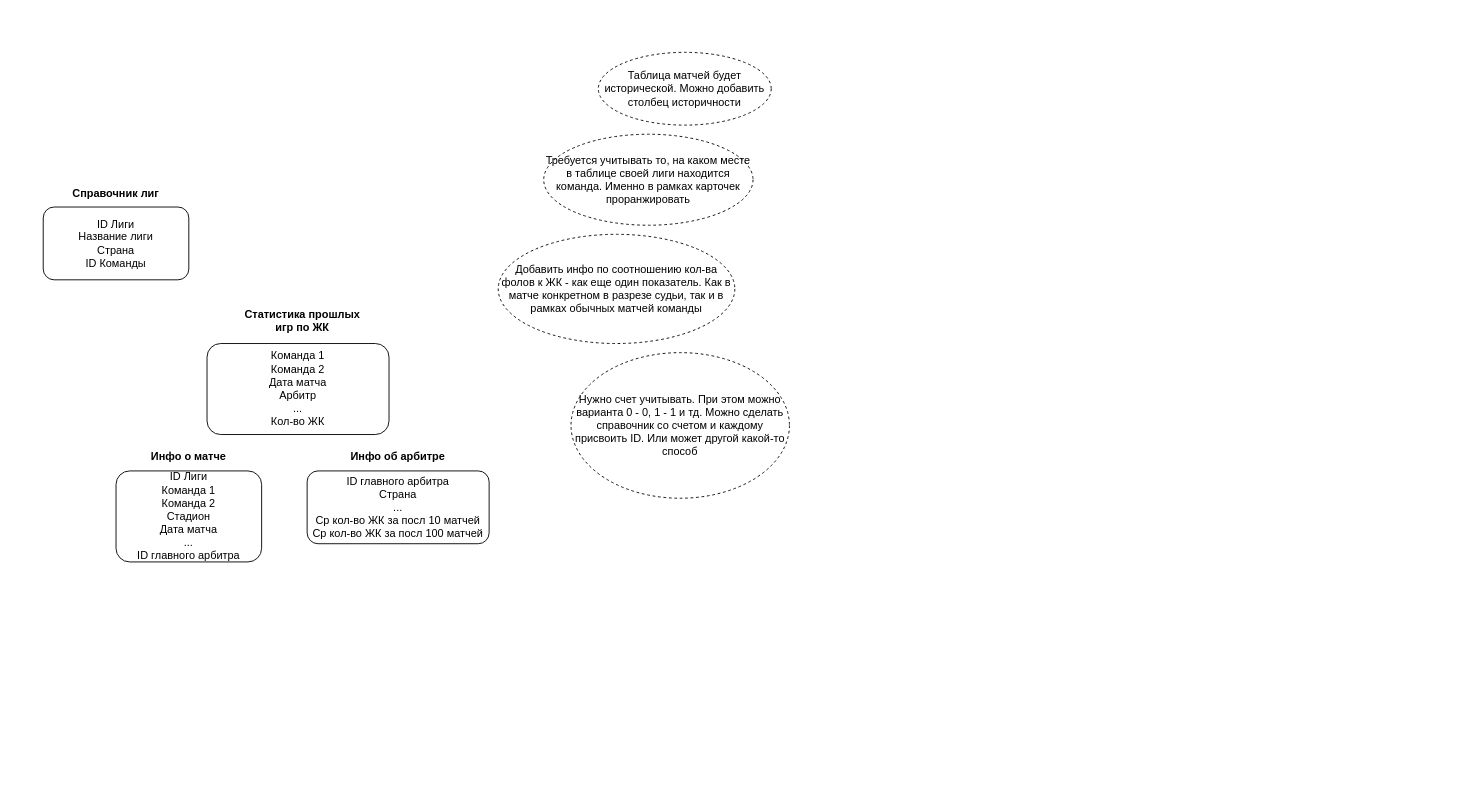
The draw.io diagram Schema101.drawio in Wi11iamWood/Project, before the edit. Source tidied: cells renumbered, new cells numbered last; positions are measured from the earlier drawing's top-left corner, leaving out a move shared by most shapes. Both pictures are drawn from the tidied source at 91%, with x=0, y=0 at pixel (43, 52).
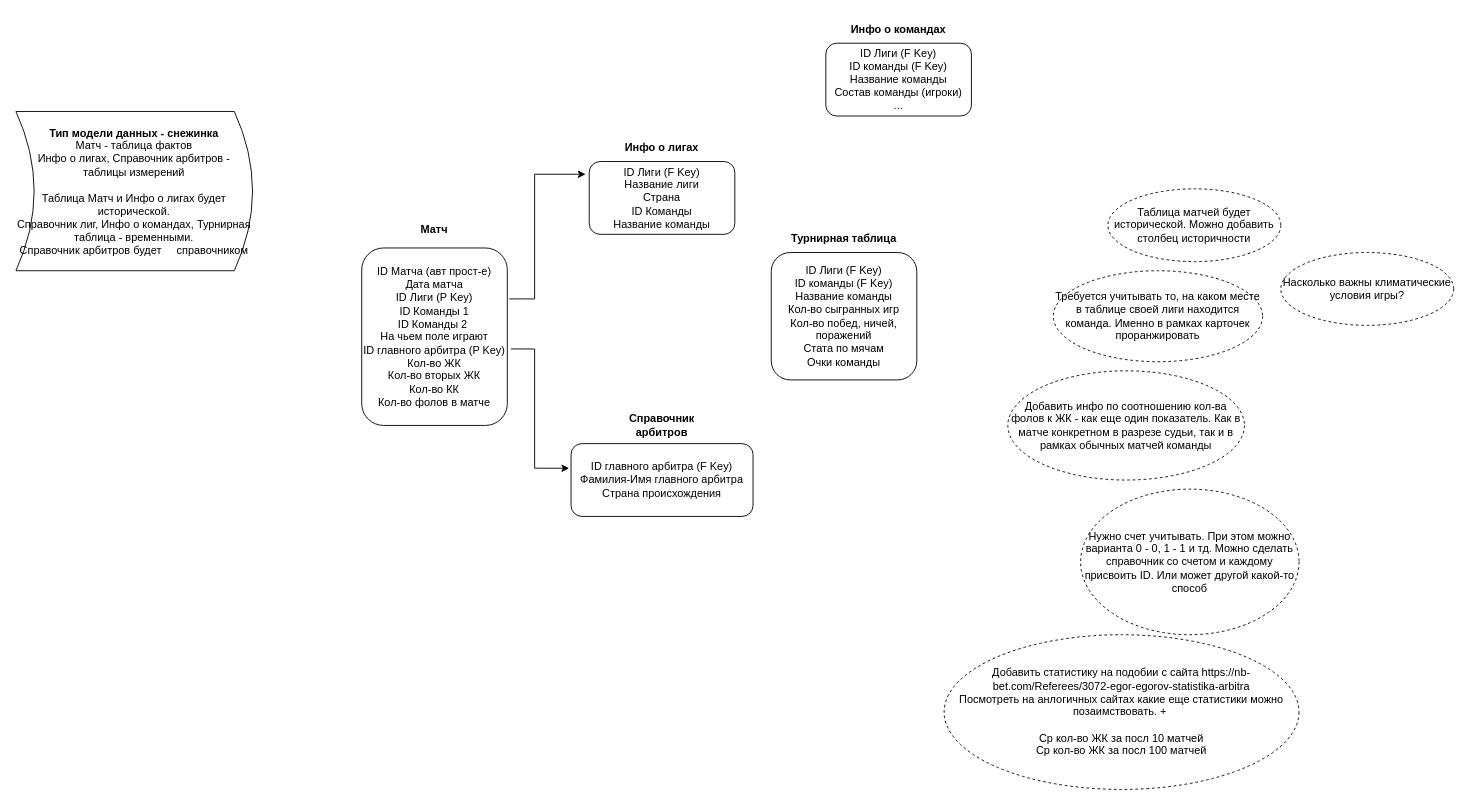
The same diagram, later.

Commit message:
structured schema

What changed in the source:
```diff
@@
-    <mxCell id="2" value="&lt;div&gt;ID Лиги&lt;/div&gt;Команда 1&lt;div&gt;&lt;div&gt;Команда 2&lt;/div&gt;&lt;div&gt;Стадион&lt;/div&gt;&lt;div&gt;Дата матча&lt;/div&gt;&lt;div&gt;...&lt;/div&gt;&lt;div&gt;ID главного арбитра&lt;/div&gt;&lt;/div&gt;" style="rounded=1;whiteSpace=wrap;html=1;" parent="1" vertex="1">
-      <mxGeometry x="80" y="460" width="160" height="100" as="geometry" />
+    <mxCell id="2" value="&lt;div&gt;ID Матча (авт прост-е)&lt;/div&gt;&lt;div&gt;&lt;span style=&quot;background-color: transparent; color: light-dark(rgb(0, 0, 0), rgb(255, 255, 255));&quot;&gt;Дата матча&lt;/span&gt;&lt;/div&gt;&lt;div&gt;ID Лиги&lt;span style=&quot;background-color: transparent; color: light-dark(rgb(0, 0, 0), rgb(255, 255, 255));&quot;&gt;&amp;nbsp;&lt;/span&gt;&lt;span style=&quot;background-color: transparent; color: light-dark(rgb(0, 0, 0), rgb(255, 255, 255));&quot;&gt;(P Key)&lt;/span&gt;&lt;/div&gt;ID Команды 1&lt;div&gt;&lt;div&gt;ID Команды 2&lt;span style=&quot;background-color: transparent; color: light-dark(rgb(0, 0, 0), rgb(255, 255, 255));&quot;&gt;&amp;nbsp;&lt;/span&gt;&lt;/div&gt;&lt;div&gt;&lt;span style=&quot;background-color: transparent; color: light-dark(rgb(0, 0, 0), rgb(255, 255, 255));&quot;&gt;На чьем поле играют&lt;/span&gt;&lt;/div&gt;&lt;div&gt;ID главного арбитра&lt;span style=&quot;background-color: transparent; color: light-dark(rgb(0, 0, 0), rgb(255, 255, 255));&quot;&gt;&amp;nbsp;&lt;/span&gt;&lt;span style=&quot;background-color: transparent; color: light-dark(rgb(0, 0, 0), rgb(255, 255, 255));&quot;&gt;(P Key)&lt;/span&gt;&lt;/div&gt;&lt;/div&gt;&lt;div&gt;&lt;div&gt;Кол-во ЖК&lt;/div&gt;&lt;div&gt;Кол-во вторых ЖК&lt;/div&gt;&lt;div&gt;Кол-во КК&lt;/div&gt;&lt;div&gt;Кол-во фолов в матче&lt;/div&gt;&lt;/div&gt;" style="rounded=1;whiteSpace=wrap;html=1;" parent="1" vertex="1">
+      <mxGeometry x="350" y="215" width="160" height="195" as="geometry" />
     </mxCell>
-    <mxCell id="3" value="Инфо о матче" style="text;html=1;align=center;verticalAlign=middle;whiteSpace=wrap;rounded=0;fontStyle=1;" parent="1" vertex="1">
-      <mxGeometry x="100" y="430" width="120" height="30" as="geometry" />
+    <mxCell id="3" value="Матч" style="text;html=1;align=center;verticalAlign=middle;whiteSpace=wrap;rounded=0;fontStyle=1;" parent="1" vertex="1">
+      <mxGeometry x="370" y="180" width="120" height="30" as="geometry" />
     </mxCell>
-    <mxCell id="4" value="&lt;div&gt;ID главного арбитра&lt;/div&gt;&lt;div&gt;Страна&lt;/div&gt;&lt;div&gt;...&lt;/div&gt;&lt;div&gt;Ср кол-во ЖК за посл 10 матчей&lt;/div&gt;&lt;div&gt;&lt;div&gt;Ср кол-во ЖК за посл 100 матчей&lt;/div&gt;&lt;/div&gt;" style="rounded=1;whiteSpace=wrap;html=1;" parent="1" vertex="1">
-      <mxGeometry x="290" y="460" width="200" height="80" as="geometry" />
+    <mxCell id="4" value="&lt;div&gt;ID главного арбитра&lt;span style=&quot;background-color: transparent; color: light-dark(rgb(0, 0, 0), rgb(255, 255, 255));&quot;&gt;&amp;nbsp;&lt;/span&gt;&lt;span style=&quot;background-color: transparent; color: light-dark(rgb(0, 0, 0), rgb(255, 255, 255));&quot;&gt;(F Key)&lt;/span&gt;&lt;/div&gt;&lt;div&gt;Фамилия-Имя главного арбитра&lt;/div&gt;&lt;div&gt;Страна происхождения&lt;/div&gt;" style="rounded=1;whiteSpace=wrap;html=1;" parent="1" vertex="1">
+      <mxGeometry x="580" y="430" width="200" height="80" as="geometry" />
     </mxCell>
-    <mxCell id="5" value="Инфо об арбитре" style="text;html=1;align=center;verticalAlign=middle;whiteSpace=wrap;rounded=0;fontStyle=1;" parent="1" vertex="1">
-      <mxGeometry x="330" y="430" width="120" height="30" as="geometry" />
+    <mxCell id="5" value="Справочник арбитров" style="text;html=1;align=center;verticalAlign=middle;whiteSpace=wrap;rounded=0;fontStyle=1;" parent="1" vertex="1">
+      <mxGeometry x="620" y="395" width="120" height="30" as="geometry" />
     </mxCell>
     <mxCell id="6" value="Добавить инфо по соотношению кол-ва фолов к ЖК - как еще один показатель. Как в матче конкретном в разрезе судьи, так и в рамках обычных матчей команды" style="ellipse;whiteSpace=wrap;html=1;align=center;dashed=1;" parent="1" vertex="1">
-      <mxGeometry x="500" y="200" width="260" height="120" as="geometry" />
+      <mxGeometry x="1060" y="350" width="260" height="120" as="geometry" />
     </mxCell>
-    <mxCell id="7" value="&lt;div&gt;Команда 1&lt;/div&gt;&lt;div&gt;Команда 2&lt;/div&gt;&lt;div&gt;Дата матча&lt;/div&gt;&lt;div&gt;Арбитр&lt;/div&gt;&lt;div&gt;...&lt;/div&gt;&lt;div&gt;Кол-во ЖК&lt;/div&gt;" style="rounded=1;whiteSpace=wrap;html=1;" parent="1" vertex="1">
-      <mxGeometry x="180" y="320" width="200" height="100" as="geometry" />
-    </mxCell>
-    <mxCell id="8" value="Статистика прошлых игр по ЖК" style="text;html=1;align=center;verticalAlign=middle;whiteSpace=wrap;rounded=0;fontStyle=1;" parent="1" vertex="1">
-      <mxGeometry x="220" y="280" width="130" height="30" as="geometry" />
-    </mxCell>
-    <mxCell id="9" value="ID Лиги&lt;div&gt;Название лиги&lt;/div&gt;&lt;div&gt;Страна&lt;/div&gt;&lt;div&gt;ID Команды&lt;/div&gt;" style="rounded=1;whiteSpace=wrap;html=1;" parent="1" vertex="1">
-      <mxGeometry y="170" width="160" height="80" as="geometry" />
+    <mxCell id="9" value="ID Лиги (F Key)&lt;div&gt;Название лиги&lt;/div&gt;&lt;div&gt;Страна&lt;/div&gt;&lt;div&gt;ID Команды&lt;/div&gt;&lt;div&gt;Название команды&lt;/div&gt;" style="rounded=1;whiteSpace=wrap;html=1;" parent="1" vertex="1">
+      <mxGeometry x="600" y="120" width="160" height="80" as="geometry" />
     </mxCell>
-    <mxCell id="10" value="Справочник лиг" style="text;html=1;align=center;verticalAlign=middle;whiteSpace=wrap;rounded=0;fontStyle=1;" parent="1" vertex="1">
-      <mxGeometry x="20" y="140" width="120" height="30" as="geometry" />
+    <mxCell id="10" value="Инфо о лигах" style="text;html=1;align=center;verticalAlign=middle;whiteSpace=wrap;rounded=0;fontStyle=1;" parent="1" vertex="1">
+      <mxGeometry x="620" y="90" width="120" height="30" as="geometry" />
     </mxCell>
     <mxCell id="11" value="Таблица матчей будет исторической. Можно добавить столбец историчности" style="ellipse;whiteSpace=wrap;html=1;align=center;dashed=1;" parent="1" vertex="1">
-      <mxGeometry x="610" width="190" height="80" as="geometry" />
+      <mxGeometry x="1170" y="150" width="190" height="80" as="geometry" />
     </mxCell>
     <mxCell id="12" value="Требуется учитывать то, на каком месте в таблице своей лиги находится команда. Именно в рамках карточек проранжировать" style="ellipse;whiteSpace=wrap;html=1;align=center;dashed=1;" parent="1" vertex="1">
-      <mxGeometry x="550" y="90" width="230" height="100" as="geometry" />
+      <mxGeometry x="1110" y="240" width="230" height="100" as="geometry" />
     </mxCell>
     <mxCell id="13" value="Нужно счет учитывать. При этом можно варианта 0 - 0, 1 - 1 и тд. Можно сделать справочник со счетом и каждому присвоить ID. Или может другой какой-то способ" style="ellipse;whiteSpace=wrap;html=1;align=center;dashed=1;" parent="1" vertex="1">
-      <mxGeometry x="580" y="330" width="240" height="160" as="geometry" />
+      <mxGeometry x="1140" y="480" width="240" height="160" as="geometry" />
     </mxCell>
+    <mxCell id="14" value="Добавить статистику на подобии с сайта&amp;nbsp;https://nb-bet.com/Referees/3072-egor-egorov-statistika-arbitra&lt;div&gt;Посмотреть на анлогичных сайтах какие еще статистики можно позаимствовать. +&amp;nbsp;&lt;/div&gt;&lt;div&gt;&lt;br class=&quot;Apple-interchange-newline&quot;&gt;Ср кол-во ЖК за посл 10 матчей&lt;/div&gt;&lt;div&gt;Ср кол-во ЖК за посл 100 матчей&lt;/div&gt;" style="ellipse;whiteSpace=wrap;html=1;align=center;dashed=1;" parent="1" vertex="1">
+      <mxGeometry x="990" y="640" width="390" height="170" as="geometry" />
+    </mxCell>
+    <mxCell id="15" value="Насколько важны климатические условия игры?" style="ellipse;whiteSpace=wrap;html=1;align=center;dashed=1;" parent="1" vertex="1">
+      <mxGeometry x="1360" y="220" width="190" height="80" as="geometry" />
+    </mxCell>
+    <mxCell id="16" value="ID Лиги (F Key)&lt;div&gt;ID команды&lt;span style=&quot;background-color: transparent; color: light-dark(rgb(0, 0, 0), rgb(255, 255, 255));&quot;&gt;&amp;nbsp;&lt;/span&gt;&lt;span style=&quot;background-color: transparent; color: light-dark(rgb(0, 0, 0), rgb(255, 255, 255));&quot;&gt;(F Key)&lt;/span&gt;&lt;/div&gt;&lt;div&gt;Название команды&lt;/div&gt;&lt;div&gt;Кол-во сыгранных&amp;nbsp;&lt;span style=&quot;background-color: transparent; color: light-dark(rgb(0, 0, 0), rgb(255, 255, 255));&quot;&gt;игр&lt;/span&gt;&lt;/div&gt;&lt;div&gt;Кол-во побед, ничей, поражений&lt;/div&gt;&lt;div&gt;Стата по мячам&lt;/div&gt;&lt;div&gt;Очки команды&lt;/div&gt;" style="rounded=1;whiteSpace=wrap;html=1;" parent="1" vertex="1">
+      <mxGeometry x="800" y="220" width="160" height="140" as="geometry" />
+    </mxCell>
+    <mxCell id="17" value="Турнирная таблица" style="text;html=1;align=center;verticalAlign=middle;whiteSpace=wrap;rounded=0;fontStyle=1;" parent="1" vertex="1">
+      <mxGeometry x="820" y="190" width="120" height="30" as="geometry" />
+    </mxCell>
+    <mxCell id="18" value="&lt;div&gt;&lt;b&gt;Тип модели данных - снежинка&lt;/b&gt;&lt;/div&gt;Матч - таблица фактов&lt;div&gt;Инфо о лигах, Справочник арбитров - таблицы измерений&lt;/div&gt;&lt;div&gt;&lt;br&gt;&lt;/div&gt;&lt;div&gt;Таблица Матч и Инфо о лигах будет исторической.&lt;br&gt;Справочник лиг, Инфо о командах, Турнирная таблица - временными.&lt;/div&gt;&lt;div&gt;Справочник арбитров будет&amp;nbsp; &amp;nbsp; &amp;nbsp;справочником&lt;/div&gt;" style="shape=dataStorage;whiteSpace=wrap;html=1;fixedSize=1;direction=west;" parent="1" vertex="1">
+      <mxGeometry x="-30" y="65" width="260" height="175" as="geometry" />
+    </mxCell>
+    <mxCell id="19" style="endArrow=classic;html=1;rounded=0;exitX=1.013;exitY=0.287;exitDx=0;exitDy=0;exitPerimeter=0;entryX=-0.025;entryY=0.175;entryDx=0;entryDy=0;entryPerimeter=0;" parent="1" edge="1" source="2" target="9">
+      <mxGeometry relative="1" as="geometry">
+        <Array as="points">
+          <mxPoint x="540" y="271" />
+          <mxPoint x="540" y="134" />
+        </Array>
+      </mxGeometry>
+    </mxCell>
+    <mxCell id="20" style="endArrow=classic;html=1;rounded=0;exitX=1.025;exitY=0.569;exitDx=0;exitDy=0;exitPerimeter=0;entryX=-0.01;entryY=0.338;entryDx=0;entryDy=0;entryPerimeter=0;" parent="1" edge="1" source="2" target="4">
+      <mxGeometry relative="1" as="geometry">
+        <Array as="points">
+          <mxPoint x="540" y="326" />
+          <mxPoint x="540" y="457" />
+        </Array>
+      </mxGeometry>
+    </mxCell>
+    <mxCell id="21" value="ID Лиги (F Key)&lt;div&gt;ID команды&lt;span style=&quot;background-color: transparent; color: light-dark(rgb(0, 0, 0), rgb(255, 255, 255));&quot;&gt;&amp;nbsp;&lt;/span&gt;&lt;span style=&quot;background-color: transparent; color: light-dark(rgb(0, 0, 0), rgb(255, 255, 255));&quot;&gt;(F Key)&lt;/span&gt;&lt;/div&gt;&lt;div&gt;Название команды&lt;/div&gt;&lt;div&gt;Состав команды (игроки)&lt;/div&gt;&lt;div&gt;...&lt;/div&gt;" style="rounded=1;whiteSpace=wrap;html=1;" parent="1" vertex="1">
+      <mxGeometry x="860" y="-10" width="160" height="80" as="geometry" />
+    </mxCell>
+    <mxCell id="22" value="Инфо о командах" style="text;html=1;align=center;verticalAlign=middle;whiteSpace=wrap;rounded=0;fontStyle=1;" parent="1" vertex="1">
+      <mxGeometry x="880" y="-40" width="120" height="30" as="geometry" />
+    </mxCell>
```
